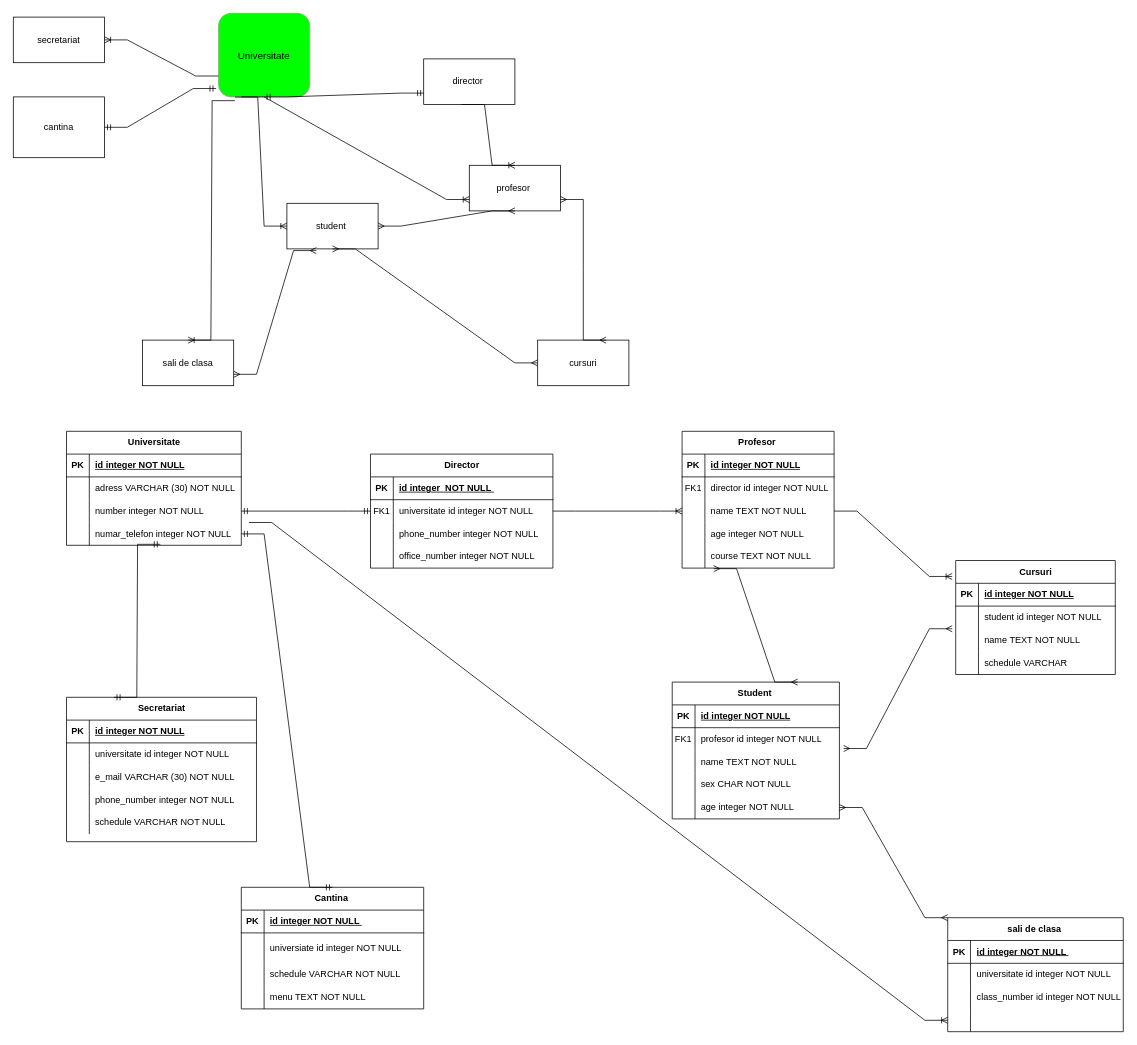
Above: second_diagragm_drawio_conceptual.drawio in vladmagosin/modelare_db (draw.io), before the change. Source tidied: cells renumbered, new cells numbered last; positions are measured from the earlier drawing's top-left corner, leaving out a move shared by most shapes. Both pictures are drawn from the tidied source at 76%, with x=0, y=0 at pixel (13, 13).
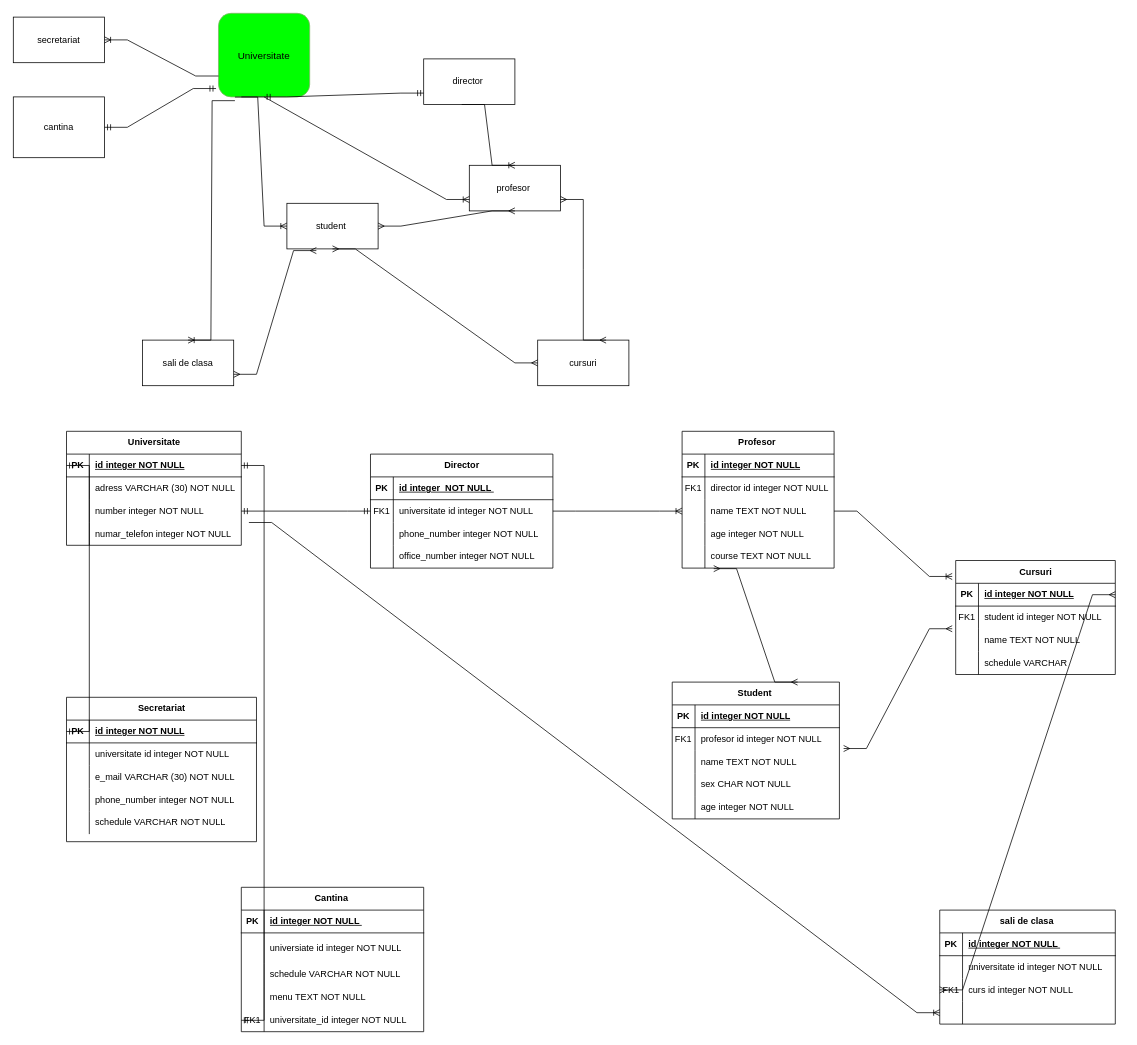
After the change.

Unchanged cells that the change refers to:
```xml
<mxCell id="23" style="shape=tableRow;horizontal=0;startSize=0;swimlaneHead=0;swimlaneBody=0;fillColor=none;points=[[0,0.5],[1,0.5]];portConstraint=eastwest;top=0;left=0;right=0;bottom=1;" parent="22" vertex="1">
  <mxGeometry y="30" width="230" height="30" as="geometry" />
</mxCell>
<mxCell id="32" style="shape=tableRow;horizontal=0;startSize=0;swimlaneHead=0;swimlaneBody=0;fillColor=none;points=[[0,0.5],[1,0.5]];portConstraint=eastwest;top=0;left=0;right=0;bottom=0;" parent="22" vertex="1">
  <mxGeometry y="120" width="230" height="30" as="geometry" />
</mxCell>
<mxCell id="64" value="Secretariat" style="shape=table;startSize=30;childLayout=tableLayout;rowLines=0;fontStyle=1;align=center;html=1;" parent="1" vertex="1">
  <mxGeometry x="70" y="900" width="250" height="190" as="geometry" />
</mxCell>
<mxCell id="65" style="shape=tableRow;horizontal=0;startSize=0;swimlaneHead=0;swimlaneBody=0;fillColor=none;points=[[0,0.5],[1,0.5]];portConstraint=eastwest;top=0;left=0;right=0;bottom=1;" parent="64" vertex="1">
  <mxGeometry y="30" width="250" height="30" as="geometry" />
</mxCell>
<mxCell id="81" style="shape=tableRow;horizontal=0;startSize=0;swimlaneHead=0;swimlaneBody=0;fillColor=none;points=[[0,0.5],[1,0.5]];portConstraint=eastwest;top=0;left=0;right=0;bottom=1;" parent="80" vertex="1">
  <mxGeometry y="30" width="210" height="30" as="geometry" />
</mxCell>
<mxCell id="84" style="shape=tableRow;horizontal=0;startSize=0;swimlaneHead=0;swimlaneBody=0;fillColor=none;top=0;left=0;right=0;bottom=0;" parent="80" vertex="1">
  <mxGeometry y="60" width="210" height="30" as="geometry" />
</mxCell>
<mxCell id="100" style="shape=tableRow;horizontal=0;startSize=0;swimlaneHead=0;swimlaneBody=0;fillColor=none;points=[[0,0.5],[1,0.5]];portConstraint=eastwest;top=0;left=0;right=0;bottom=0;" parent="93" vertex="1">
  <mxGeometry y="90" width="231" height="30" as="geometry" />
</mxCell>
<mxCell id="103" style="shape=tableRow;horizontal=0;startSize=0;swimlaneHead=0;swimlaneBody=0;fillColor=none;points=[[0,0.5],[1,0.5]];portConstraint=eastwest;top=0;left=0;right=0;bottom=0;" parent="93" vertex="1">
  <mxGeometry y="120" width="231" height="30" as="geometry" />
</mxCell>
<mxCell id="119" style="shape=tableRow;horizontal=0;startSize=0;swimlaneHead=0;swimlaneBody=0;fillColor=none;points=[[0,0.5],[1,0.5]];portConstraint=eastwest;top=0;left=0;right=0;bottom=0;" parent="106" vertex="1">
  <mxGeometry y="150" width="220" height="30" as="geometry" />
</mxCell>
```

The edit, as a diff of the source:
```diff
@@
-    <mxCell id="85" style="shape=partialRectangle;fillColor=none;top=0;left=0;bottom=0;right=0;overflow=hidden;whiteSpace=wrap;html=1;" parent="84" vertex="1">
+    <mxCell id="85" value="FK1" style="shape=partialRectangle;fillColor=none;top=0;left=0;bottom=0;right=0;overflow=hidden;whiteSpace=wrap;html=1;" parent="84" vertex="1">
       <mxGeometry width="30" height="30" as="geometry" />
     </mxCell>
@@
     <mxCell id="93" value="sali de clasa&amp;nbsp;" style="shape=table;startSize=30;childLayout=tableLayout;rowLines=0;fontStyle=1;align=center;html=1;" parent="1" vertex="1">
-      <mxGeometry x="1229.5" y="1190" width="231" height="150" as="geometry" />
+      <mxGeometry x="1219" y="1180" width="231" height="150" as="geometry" />
     </mxCell>
@@
-    <mxCell id="101" style="shape=partialRectangle;fillColor=none;top=0;left=0;bottom=0;right=0;overflow=hidden;whiteSpace=wrap;html=1;" parent="100" vertex="1">
+    <mxCell id="101" value="FK1" style="shape=partialRectangle;fillColor=none;top=0;left=0;bottom=0;right=0;overflow=hidden;whiteSpace=wrap;html=1;" parent="100" vertex="1">
       <mxGeometry width="30" height="30" as="geometry" />
     </mxCell>
-    <mxCell id="102" value="class_number id integer NOT NULL" style="shape=partialRectangle;fillColor=none;top=0;left=0;bottom=0;right=0;align=left;spacingLeft=6;overflow=hidden;whiteSpace=wrap;html=1;" parent="100" vertex="1">
+    <mxCell id="102" value="curs id integer NOT NULL" style="shape=partialRectangle;fillColor=none;top=0;left=0;bottom=0;right=0;align=left;spacingLeft=6;overflow=hidden;whiteSpace=wrap;html=1;" parent="100" vertex="1">
       <mxGeometry x="30" width="201" height="30" as="geometry" />
     </mxCell>
@@
     <mxCell id="122" value="Cantina&amp;nbsp;" style="shape=table;startSize=30;childLayout=tableLayout;rowLines=0;fontStyle=1;align=center;html=1;" parent="1" vertex="1">
-      <mxGeometry x="300" y="1150" width="240" height="160" as="geometry" />
+      <mxGeometry x="300" y="1150" width="240" height="190" as="geometry" />
     </mxCell>
@@
+    <mxCell id="144" style="shape=tableRow;horizontal=0;startSize=0;swimlaneHead=0;swimlaneBody=0;fillColor=none;points=[[0,0.5],[1,0.5]];portConstraint=eastwest;top=0;left=0;right=0;bottom=0;" parent="122" vertex="1">
+      <mxGeometry y="160" width="240" height="30" as="geometry" />
+    </mxCell>
+    <mxCell id="145" value="FK1" style="shape=partialRectangle;fillColor=none;top=0;left=0;bottom=0;right=0;overflow=hidden;whiteSpace=wrap;html=1;" parent="144" vertex="1">
+      <mxGeometry width="30" height="30" as="geometry" />
+    </mxCell>
+    <mxCell id="146" value="universitate_id integer NOT NULL" style="shape=partialRectangle;fillColor=none;top=0;left=0;bottom=0;right=0;align=left;spacingLeft=6;overflow=hidden;whiteSpace=wrap;html=1;" parent="144" vertex="1">
+      <mxGeometry x="30" width="210" height="30" as="geometry" />
+    </mxCell>
-    <mxCell id="135" style="edgeStyle=entityRelationEdgeStyle;fontSize=12;html=1;endArrow=ERmandOne;startArrow=ERmandOne;rounded=0;entryX=0.537;entryY=0.957;entryDx=0;entryDy=0;entryPerimeter=0;exitX=0.25;exitY=0;exitDx=0;exitDy=0;" parent="1" edge="1" source="64" target="32">
-      <mxGeometry relative="1" as="geometry" />
+    <mxCell id="135" style="edgeStyle=entityRelationEdgeStyle;fontSize=12;html=1;endArrow=ERmandOne;startArrow=ERmandOne;rounded=0;entryX=0;entryY=0.5;entryDx=0;entryDy=0;exitX=0;exitY=0.5;exitDx=0;exitDy=0;" parent="1" edge="1" source="65" target="23">
+      <mxGeometry relative="1" as="geometry">
+        <Array as="points">
+          <mxPoint x="60" y="770" />
+        </Array>
+      </mxGeometry>
     </mxCell>
@@
-    <mxCell id="139" style="edgeStyle=entityRelationEdgeStyle;fontSize=12;html=1;endArrow=ERmandOne;startArrow=ERmandOne;rounded=0;entryX=0.5;entryY=0;entryDx=0;entryDy=0;" parent="1" edge="1" source="32" target="122">
+    <mxCell id="139" style="edgeStyle=entityRelationEdgeStyle;fontSize=12;html=1;endArrow=ERmandOne;startArrow=ERmandOne;rounded=0;entryX=0;entryY=0.5;entryDx=0;entryDy=0;exitX=1;exitY=0.5;exitDx=0;exitDy=0;" parent="1" edge="1" source="23" target="144">
       <mxGeometry relative="1" as="geometry" />
     </mxCell>
@@
     <mxCell id="142" style="edgeStyle=entityRelationEdgeStyle;fontSize=12;html=1;endArrow=ERoneToMany;rounded=0;entryX=0;entryY=0.5;entryDx=0;entryDy=0;" parent="1" edge="1" target="103">
       <mxGeometry relative="1" as="geometry">
         <mxPoint x="310" y="670" as="sourcePoint" />
+        <Array as="points">
+          <mxPoint x="760" y="1000" />
+          <mxPoint x="700" y="1070" />
+          <mxPoint x="770" y="1030" />
+        </Array>
       </mxGeometry>
     </mxCell>
-    <mxCell id="143" style="edgeStyle=entityRelationEdgeStyle;fontSize=12;html=1;endArrow=ERmany;startArrow=ERmany;rounded=0;exitX=1;exitY=0.5;exitDx=0;exitDy=0;entryX=0;entryY=0;entryDx=0;entryDy=0;" parent="1" edge="1" source="119" target="93">
+    <mxCell id="143" style="edgeStyle=entityRelationEdgeStyle;fontSize=12;html=1;endArrow=ERmany;startArrow=ERmany;rounded=0;exitX=1;exitY=0.5;exitDx=0;exitDy=0;entryX=0;entryY=0.5;entryDx=0;entryDy=0;" parent="1" edge="1" source="81" target="100">
       <mxGeometry relative="1" as="geometry">
         <Array as="points">
           <mxPoint x="1110" y="840" />
         </Array>
       </mxGeometry>
     </mxCell>
```
